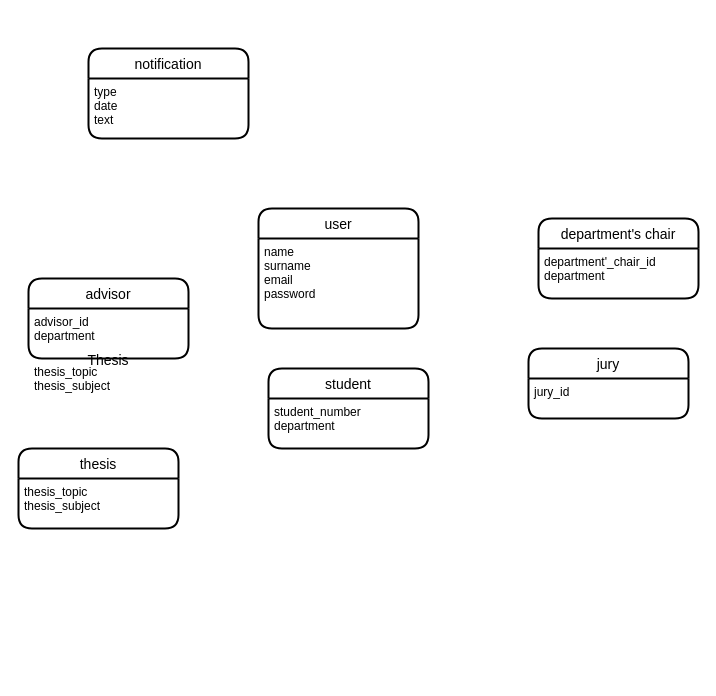
Earlier version of the draw.io diagram master.drawio (Mach3psilon/PharmachDatabase). Source tidied: cells renumbered, new cells numbered last; positions are measured from the earlier drawing's top-left corner, leaving out a move shared by most shapes. Both pictures are drawn from the tidied source at 100%, with x=0, y=0 at pixel (18, 48).
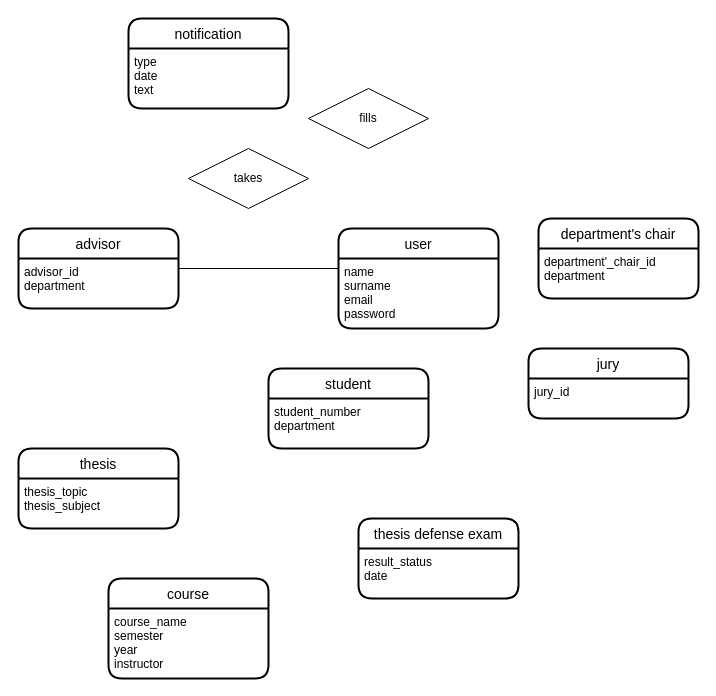
The same diagram, later.

Change to the diagram source:
```diff
@@
     <mxCell id="2" value="user" style="swimlane;horizontal=1;startSize=30;rounded=1;fontSize=14;fontStyle=0;strokeWidth=2;shadow=0;dashed=0;align=center;" parent="1" vertex="1">
-      <mxGeometry x="240" y="160" width="160" height="120" as="geometry" />
+      <mxGeometry x="320" y="180" width="160" height="100" as="geometry" />
     </mxCell>
     <mxCell id="3" value="name&#10;surname&#10;email&#10;password" style="align=left;strokeColor=none;fillColor=none;spacingLeft=4;fontSize=12;verticalAlign=top;" parent="2" vertex="1">
-      <mxGeometry y="30" width="160" height="90" as="geometry" />
+      <mxGeometry y="30" width="160" height="70" as="geometry" />
     </mxCell>
@@
+    <mxCell id="19" style="edgeStyle=orthogonalEdgeStyle;rounded=0;orthogonalLoop=1;jettySize=auto;html=1;exitX=0.5;exitY=1;exitDx=0;exitDy=0;" parent="2" edge="1" source="3" target="3">
+      <mxGeometry relative="1" as="geometry" />
+    </mxCell>
     <mxCell id="5" value="advisor" style="swimlane;horizontal=1;startSize=30;rounded=1;fontSize=14;fontStyle=0;strokeWidth=2;shadow=0;dashed=0;align=center;" parent="1" vertex="1">
-      <mxGeometry x="10" y="230" width="160" height="80" as="geometry" />
+      <mxGeometry y="180" width="160" height="80" as="geometry" />
     </mxCell>
@@
-    <mxCell id="7" value="Thesis" style="swimlane;horizontal=1;startSize=30;rounded=1;fontSize=14;fontStyle=0;strokeWidth=2;shadow=0;dashed=0;align=center;" parent="5" vertex="1">
+    <mxCell id="7" style="swimlane;horizontal=1;startSize=30;rounded=1;fontSize=14;fontStyle=0;strokeWidth=2;shadow=0;dashed=0;align=center;" parent="5" vertex="1">
       <mxGeometry y="80" width="160" as="geometry" />
     </mxCell>
-    <mxCell id="8" value="thesis_topic&#10;thesis_subject" style="align=left;strokeColor=none;fillColor=none;spacingLeft=4;fontSize=12;verticalAlign=top;" parent="7" vertex="1">
-      <mxGeometry width="160" as="geometry" />
-    </mxCell>
@@
     <mxCell id="11" value="notification" style="swimlane;horizontal=1;startSize=30;rounded=1;fontSize=14;fontStyle=0;strokeWidth=2;shadow=0;dashed=0;align=center;" parent="1" vertex="1">
-      <mxGeometry x="70" width="160" height="90" as="geometry" />
+      <mxGeometry x="110" y="-30" width="160" height="90" as="geometry" />
     </mxCell>
@@
+    <mxCell id="20" value="thesis defense exam" style="swimlane;horizontal=1;startSize=30;rounded=1;fontSize=14;fontStyle=0;strokeWidth=2;shadow=0;dashed=0;align=center;" parent="1" vertex="1">
+      <mxGeometry x="340" y="470" width="160" height="80" as="geometry" />
+    </mxCell>
+    <mxCell id="21" value="result_status&#10;date" style="align=left;strokeColor=none;fillColor=none;spacingLeft=4;fontSize=12;verticalAlign=top;" parent="20" vertex="1">
+      <mxGeometry y="30" width="160" height="50" as="geometry" />
+    </mxCell>
+    <mxCell id="22" value="course" style="swimlane;horizontal=1;startSize=30;rounded=1;fontSize=14;fontStyle=0;strokeWidth=2;shadow=0;dashed=0;align=center;" parent="1" vertex="1">
+      <mxGeometry x="90" y="530" width="160" height="100" as="geometry" />
+    </mxCell>
+    <mxCell id="23" value="course_name&#10;semester&#10;year&#10;instructor" style="align=left;strokeColor=none;fillColor=none;spacingLeft=4;fontSize=12;verticalAlign=top;" parent="22" vertex="1">
+      <mxGeometry y="30" width="160" height="70" as="geometry" />
+    </mxCell>
+    <mxCell id="24" value="fills" style="shape=rhombus;perimeter=rhombusPerimeter;whiteSpace=wrap;html=1;align=center;" parent="1" vertex="1">
+      <mxGeometry x="290" y="40" width="120" height="60" as="geometry" />
+    </mxCell>
+    <mxCell id="25" value="takes" style="shape=rhombus;perimeter=rhombusPerimeter;whiteSpace=wrap;html=1;align=center;" parent="1" vertex="1">
+      <mxGeometry x="170" y="100" width="120" height="60" as="geometry" />
+    </mxCell>
+    <mxCell id="26" style="endArrow=none;html=1;rounded=0;" parent="1" edge="1">
+      <mxGeometry relative="1" as="geometry">
+        <mxPoint x="160" y="220" as="sourcePoint" />
+        <mxPoint x="320" y="220" as="targetPoint" />
+      </mxGeometry>
+    </mxCell>
```
